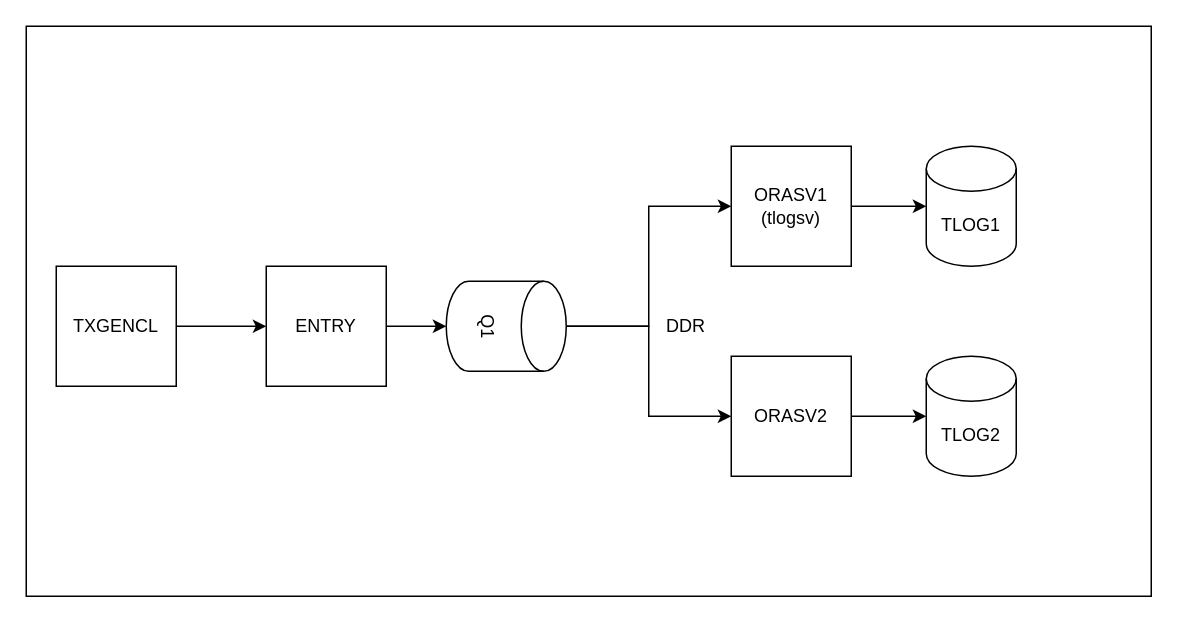
Above: doc/program.drawio in endurox-dev/tuxapp (draw.io), before the change. Source tidied: cells renumbered, new cells numbered last; positions are measured from the earlier drawing's top-left corner, leaving out a move shared by most shapes. Both pictures are drawn from the tidied source at 150%, with x=0, y=0 at pixel (26, 26).
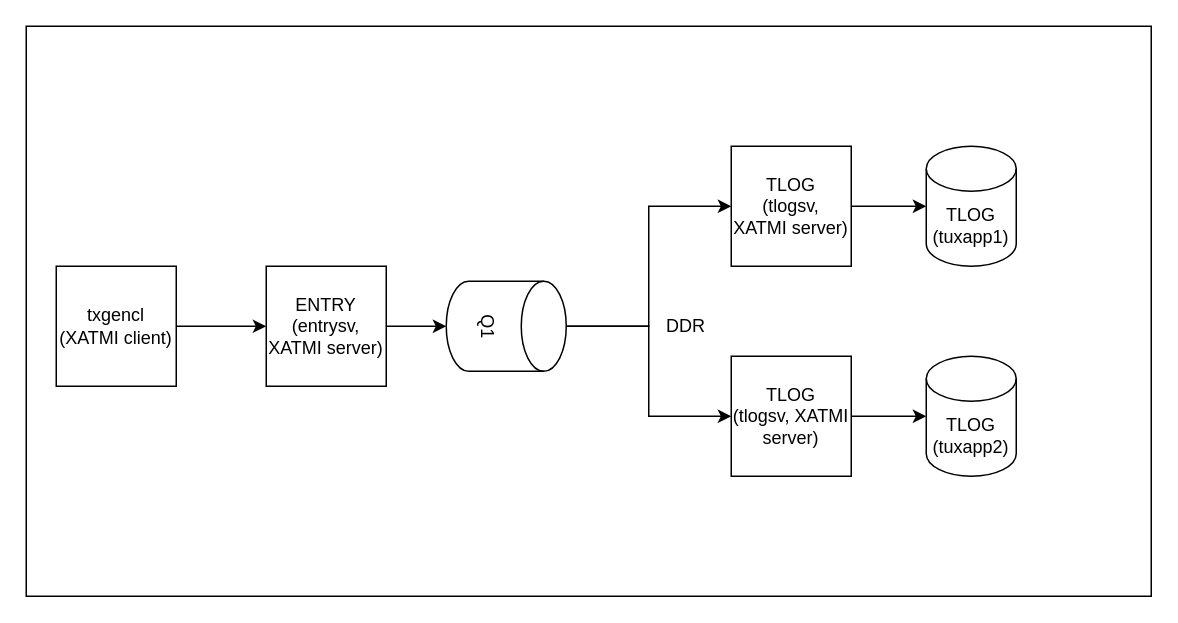
After the change.

Commit message (it also covers changes not shown here):
works on app

Diff of the diagram source:
```diff
@@
 <mxGraphModel>
   <root>
     <mxCell id="0" />
     <mxCell id="1" parent="0" />
     <mxCell id="2" style="rounded=0;whiteSpace=wrap;html=1;" parent="1" vertex="1">
       <mxGeometry width="750" height="380" as="geometry" />
     </mxCell>
     <mxCell id="3" style="edgeStyle=orthogonalEdgeStyle;rounded=0;jettySize=auto;html=1;entryX=0;entryY=0.5;entryDx=0;entryDy=0;" parent="1" edge="1" source="4" target="16">
       <mxGeometry relative="1" as="geometry" />
     </mxCell>
-    <mxCell id="4" value="TXGENCL" style="whiteSpace=wrap;html=1;" parent="1" vertex="1">
+    <mxCell id="4" value="txgencl&lt;br&gt;(XATMI client)" style="whiteSpace=wrap;html=1;" parent="1" vertex="1">
       <mxGeometry x="20" y="160" width="80" height="80" as="geometry" />
     </mxCell>
     <mxCell id="5" style="edgeStyle=orthogonalEdgeStyle;rounded=0;jettySize=auto;html=1;exitX=0.5;exitY=0;exitDx=0;exitDy=0;exitPerimeter=0;" parent="1" edge="1" source="7" target="11">
       <mxGeometry relative="1" as="geometry" />
     </mxCell>
     <mxCell id="6" style="edgeStyle=orthogonalEdgeStyle;rounded=0;jettySize=auto;html=1;entryX=0;entryY=0.5;entryDx=0;entryDy=0;" parent="1" edge="1" source="7" target="9">
       <mxGeometry relative="1" as="geometry" />
     </mxCell>
     <mxCell id="7" value="Q1" style="shape=cylinder3;whiteSpace=wrap;html=1;boundedLbl=1;backgroundOutline=1;size=15;rotation=90;" parent="1" vertex="1">
       <mxGeometry x="290" y="160" width="60" height="80" as="geometry" />
     </mxCell>
     <mxCell id="8" style="edgeStyle=orthogonalEdgeStyle;rounded=0;jettySize=auto;html=1;exitX=1;exitY=0.5;exitDx=0;exitDy=0;" parent="1" edge="1" source="9" target="12">
       <mxGeometry relative="1" as="geometry" />
     </mxCell>
-    <mxCell id="9" value="ORASV1&lt;br&gt;(tlogsv)" style="whiteSpace=wrap;html=1;" parent="1" vertex="1">
+    <mxCell id="9" value="TLOG&lt;br&gt;(tlogsv,&lt;br&gt;XATMI server)" style="whiteSpace=wrap;html=1;" parent="1" vertex="1">
       <mxGeometry x="470" y="80" width="80" height="80" as="geometry" />
     </mxCell>
     <mxCell id="10" style="edgeStyle=orthogonalEdgeStyle;rounded=0;jettySize=auto;html=1;exitX=1;exitY=0.5;exitDx=0;exitDy=0;entryX=0;entryY=0.5;entryDx=0;entryDy=0;entryPerimeter=0;" parent="1" edge="1" source="11" target="13">
       <mxGeometry relative="1" as="geometry" />
     </mxCell>
-    <mxCell id="11" value="ORASV2" style="whiteSpace=wrap;html=1;" parent="1" vertex="1">
+    <mxCell id="11" value="TLOG&lt;br&gt;(tlogsv, XATMI server)" style="whiteSpace=wrap;html=1;" parent="1" vertex="1">
       <mxGeometry x="470" y="220" width="80" height="80" as="geometry" />
     </mxCell>
-    <mxCell id="12" value="TLOG1" style="shape=cylinder3;whiteSpace=wrap;html=1;boundedLbl=1;backgroundOutline=1;size=15;" parent="1" vertex="1">
+    <mxCell id="12" value="TLOG&lt;br&gt;(tuxapp1)" style="shape=cylinder3;whiteSpace=wrap;html=1;boundedLbl=1;backgroundOutline=1;size=15;" parent="1" vertex="1">
       <mxGeometry x="600" y="80" width="60" height="80" as="geometry" />
     </mxCell>
-    <mxCell id="13" value="TLOG2" style="shape=cylinder3;whiteSpace=wrap;html=1;boundedLbl=1;backgroundOutline=1;size=15;" parent="1" vertex="1">
+    <mxCell id="13" value="TLOG&lt;br&gt;(tuxapp2)" style="shape=cylinder3;whiteSpace=wrap;html=1;boundedLbl=1;backgroundOutline=1;size=15;" parent="1" vertex="1">
       <mxGeometry x="600" y="220" width="60" height="80" as="geometry" />
     </mxCell>
     <mxCell id="14" value="DDR" style="text;html=1;strokeColor=none;fillColor=none;align=center;verticalAlign=middle;whiteSpace=wrap;rounded=0;" parent="1" vertex="1">
       <mxGeometry x="420" y="190" width="40" height="20" as="geometry" />
     </mxCell>
     <mxCell id="15" style="edgeStyle=orthogonalEdgeStyle;rounded=0;jettySize=auto;html=1;entryX=0.5;entryY=1;entryDx=0;entryDy=0;entryPerimeter=0;" parent="1" edge="1" source="16" target="7">
       <mxGeometry relative="1" as="geometry" />
     </mxCell>
-    <mxCell id="16" value="ENTRY" style="whiteSpace=wrap;html=1;" parent="1" vertex="1">
+    <mxCell id="16" value="ENTRY&lt;br&gt;(entrysv, XATMI server)" style="whiteSpace=wrap;html=1;" parent="1" vertex="1">
       <mxGeometry x="160" y="160" width="80" height="80" as="geometry" />
     </mxCell>
   </root>
 </mxGraphModel>
```
